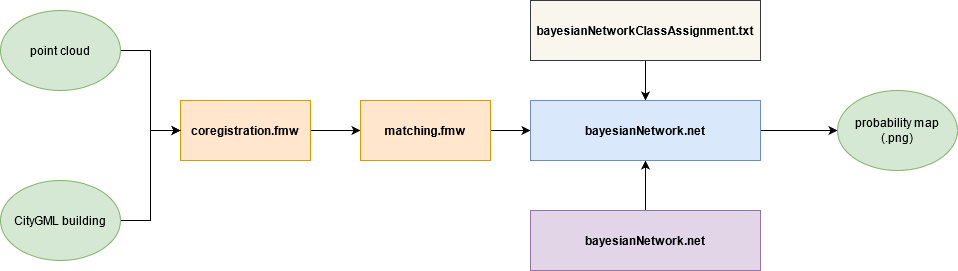
The draw.io diagram img/3dgeoinfoImplementationOverview.png in OloOcki/fusing-mls-with-blds, before a commit. Source tidied: cells renumbered, new cells last; positions are measured from the earlier drawing's top-left corner, leaving out a move shared by most shapes. Source of this version:
```xml
<mxGraphModel>
  <root>
    <mxCell id="0" />
    <mxCell id="1" parent="0" />
    <mxCell id="2" style="edgeStyle=orthogonalEdgeStyle;rounded=0;jettySize=auto;html=1;entryX=0;entryY=0.5;entryDx=0;entryDy=0;" parent="1" edge="1" source="3" target="5">
      <mxGeometry relative="1" as="geometry" />
    </mxCell>
    <mxCell id="3" value="&lt;b&gt;coregistration.fmw&lt;/b&gt;" style="rounded=0;whiteSpace=wrap;html=1;fillColor=#ffe6cc;strokeColor=#d79b00;" parent="1" vertex="1">
      <mxGeometry x="180" y="100" width="130" height="60" as="geometry" />
    </mxCell>
    <mxCell id="4" style="edgeStyle=orthogonalEdgeStyle;rounded=0;jettySize=auto;html=1;entryX=0;entryY=0.5;entryDx=0;entryDy=0;" parent="1" edge="1" source="5" target="11">
      <mxGeometry relative="1" as="geometry" />
    </mxCell>
    <mxCell id="5" value="&lt;b&gt;matching.fmw&lt;/b&gt;" style="rounded=0;whiteSpace=wrap;html=1;fillColor=#ffe6cc;strokeColor=#d79b00;" parent="1" vertex="1">
      <mxGeometry x="360" y="100" width="130" height="60" as="geometry" />
    </mxCell>
    <mxCell id="6" style="edgeStyle=orthogonalEdgeStyle;rounded=0;jettySize=auto;html=1;entryX=0.5;entryY=0;entryDx=0;entryDy=0;" parent="1" edge="1" source="7" target="11">
      <mxGeometry relative="1" as="geometry" />
    </mxCell>
    <mxCell id="7" value="bayesianNetworkClassAssignment.txt" style="rounded=0;whiteSpace=wrap;html=1;fontStyle=1;fillColor=#f9f7ed;strokeColor=#36393d;" parent="1" vertex="1">
      <mxGeometry x="530" width="230" height="60" as="geometry" />
    </mxCell>
    <mxCell id="8" style="edgeStyle=orthogonalEdgeStyle;rounded=0;jettySize=auto;html=1;entryX=0.5;entryY=1;entryDx=0;entryDy=0;" parent="1" edge="1" source="9" target="11">
      <mxGeometry relative="1" as="geometry" />
    </mxCell>
    <mxCell id="9" value="bayesianNetwork.net" style="rounded=0;whiteSpace=wrap;html=1;fontStyle=1;fillColor=#e1d5e7;strokeColor=#9673a6;" parent="1" vertex="1">
      <mxGeometry x="530" y="210" width="230" height="60" as="geometry" />
    </mxCell>
    <mxCell id="10" style="edgeStyle=orthogonalEdgeStyle;rounded=0;jettySize=auto;html=1;entryX=0;entryY=0.5;entryDx=0;entryDy=0;" parent="1" edge="1" source="11" target="16">
      <mxGeometry relative="1" as="geometry" />
    </mxCell>
    <mxCell id="11" value="bayesianNetwork.net" style="rounded=0;whiteSpace=wrap;html=1;fontStyle=1;fillColor=#dae8fc;strokeColor=#6c8ebf;" parent="1" vertex="1">
      <mxGeometry x="530" y="100" width="230" height="60" as="geometry" />
    </mxCell>
    <mxCell id="12" style="edgeStyle=orthogonalEdgeStyle;rounded=0;jettySize=auto;html=1;entryX=0;entryY=0.5;entryDx=0;entryDy=0;" parent="1" edge="1" source="13" target="3">
      <mxGeometry relative="1" as="geometry" />
    </mxCell>
    <mxCell id="13" value="point cloud" style="ellipse;whiteSpace=wrap;html=1;fillColor=#d5e8d4;strokeColor=#82b366;" parent="1" vertex="1">
      <mxGeometry y="10" width="120" height="80" as="geometry" />
    </mxCell>
    <mxCell id="14" style="edgeStyle=orthogonalEdgeStyle;rounded=0;jettySize=auto;html=1;entryX=0;entryY=0.5;entryDx=0;entryDy=0;" parent="1" edge="1" source="15" target="3">
      <mxGeometry relative="1" as="geometry" />
    </mxCell>
    <mxCell id="15" value="CityGML building" style="ellipse;whiteSpace=wrap;html=1;fillColor=#d5e8d4;strokeColor=#82b366;" parent="1" vertex="1">
      <mxGeometry y="180" width="120" height="80" as="geometry" />
    </mxCell>
    <mxCell id="16" value="probability map (.png)" style="ellipse;whiteSpace=wrap;html=1;fillColor=#d5e8d4;strokeColor=#82b366;" parent="1" vertex="1">
      <mxGeometry x="837" y="90" width="120" height="80" as="geometry" />
    </mxCell>
  </root>
</mxGraphModel>
```
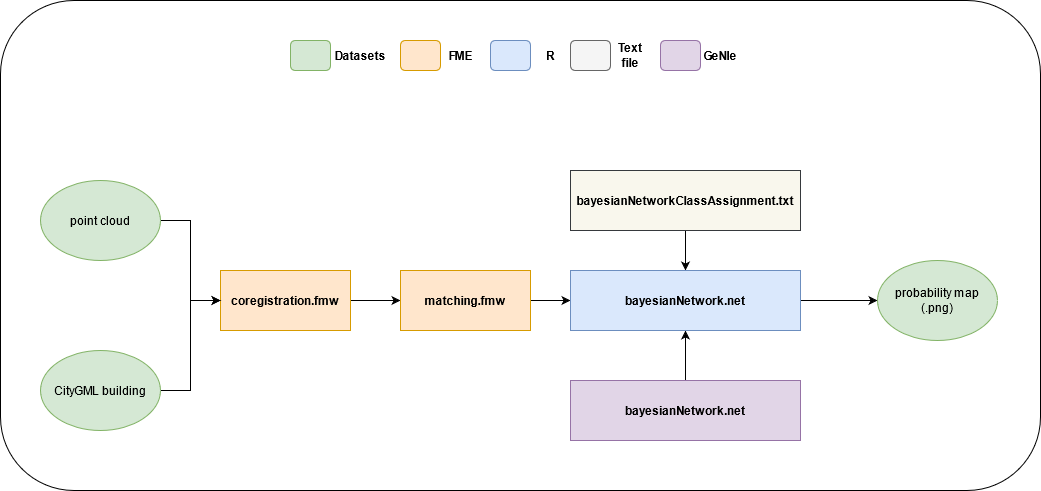
The same file after the commit.

Change to the diagram source:
```diff
@@ -2,6 +2,9 @@
   <root>
     <mxCell id="0" />
     <mxCell id="1" parent="0" />
+    <mxCell id="17" style="rounded=1;whiteSpace=wrap;html=1;" parent="1" vertex="1">
+      <mxGeometry x="-40" y="-170" width="1040" height="490" as="geometry" />
+    </mxCell>
     <mxCell id="2" style="edgeStyle=orthogonalEdgeStyle;rounded=0;jettySize=auto;html=1;entryX=0;entryY=0.5;entryDx=0;entryDy=0;" parent="1" edge="1" source="3" target="5">
       <mxGeometry relative="1" as="geometry" />
     </mxCell>
@@ -47,5 +50,35 @@
     <mxCell id="16" value="probability map (.png)" style="ellipse;whiteSpace=wrap;html=1;fillColor=#d5e8d4;strokeColor=#82b366;" parent="1" vertex="1">
       <mxGeometry x="837" y="90" width="120" height="80" as="geometry" />
     </mxCell>
+    <mxCell id="18" style="rounded=1;whiteSpace=wrap;html=1;fillColor=#d5e8d4;strokeColor=#82b366;" parent="1" vertex="1">
+      <mxGeometry x="250" y="-130" width="40" height="30" as="geometry" />
+    </mxCell>
+    <mxCell id="19" value="Datasets" style="text;html=1;strokeColor=none;fillColor=none;align=center;verticalAlign=middle;whiteSpace=wrap;rounded=0;fontStyle=1;" parent="1" vertex="1">
+      <mxGeometry x="300" y="-125" width="40" height="20" as="geometry" />
+    </mxCell>
+    <mxCell id="20" style="rounded=1;whiteSpace=wrap;html=1;fillColor=#ffe6cc;strokeColor=#d79b00;" parent="1" vertex="1">
+      <mxGeometry x="360" y="-130" width="40" height="30" as="geometry" />
+    </mxCell>
+    <mxCell id="21" value="FME " style="text;html=1;strokeColor=none;fillColor=none;align=center;verticalAlign=middle;whiteSpace=wrap;rounded=0;fontStyle=1;" parent="1" vertex="1">
+      <mxGeometry x="400" y="-125" width="40" height="20" as="geometry" />
+    </mxCell>
+    <mxCell id="22" style="rounded=1;whiteSpace=wrap;html=1;fillColor=#dae8fc;strokeColor=#6c8ebf;" parent="1" vertex="1">
+      <mxGeometry x="450" y="-130" width="40" height="30" as="geometry" />
+    </mxCell>
+    <mxCell id="23" value="R" style="text;html=1;strokeColor=none;fillColor=none;align=center;verticalAlign=middle;whiteSpace=wrap;rounded=0;fontStyle=1;" parent="1" vertex="1">
+      <mxGeometry x="490" y="-125" width="40" height="20" as="geometry" />
+    </mxCell>
+    <mxCell id="24" style="rounded=1;whiteSpace=wrap;html=1;fillColor=#f5f5f5;strokeColor=#666666;fontColor=#333333;" parent="1" vertex="1">
+      <mxGeometry x="530" y="-130" width="40" height="30" as="geometry" />
+    </mxCell>
+    <mxCell id="25" value="Text file" style="text;html=1;strokeColor=none;fillColor=none;align=center;verticalAlign=middle;whiteSpace=wrap;rounded=0;fontStyle=1;" parent="1" vertex="1">
+      <mxGeometry x="570" y="-125" width="40" height="20" as="geometry" />
+    </mxCell>
+    <mxCell id="26" style="rounded=1;whiteSpace=wrap;html=1;fillColor=#e1d5e7;strokeColor=#9673a6;" parent="1" vertex="1">
+      <mxGeometry x="620" y="-130" width="40" height="30" as="geometry" />
+    </mxCell>
+    <mxCell id="27" value="GeNIe" style="text;html=1;strokeColor=none;fillColor=none;align=center;verticalAlign=middle;whiteSpace=wrap;rounded=0;fontStyle=1;" parent="1" vertex="1">
+      <mxGeometry x="660" y="-125" width="40" height="20" as="geometry" />
+    </mxCell>
   </root>
 </mxGraphModel>
```
